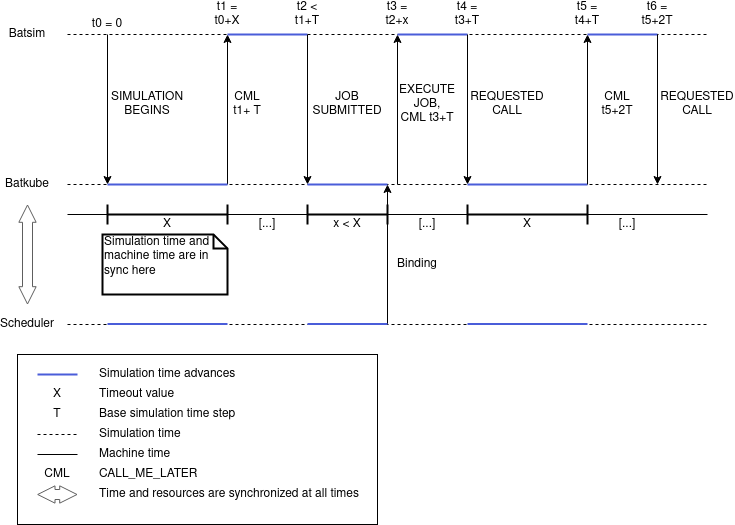
Above: imgs/lignes_de_temps.png in pedrovelho/master-memoir (draw.io), before the change. Source tidied: cells renumbered, new cells last; positions are measured from the earlier drawing's top-left corner, leaving out a move shared by most shapes. Its diagram source:
```xml
<mxGraphModel>
  <root>
    <mxCell id="0" />
    <mxCell id="1" parent="0" />
    <mxCell id="2" style="rounded=0;whiteSpace=wrap;html=1;strokeWidth=1;fontColor=#5E5E5E;" parent="1" vertex="1">
      <mxGeometry x="10" y="350" width="360" height="170" as="geometry" />
    </mxCell>
    <mxCell id="3" style="endArrow=none;dashed=1;html=1;" parent="1" edge="1">
      <mxGeometry relative="1" as="geometry">
        <mxPoint x="60" y="30" as="sourcePoint" />
        <mxPoint x="700" y="30" as="targetPoint" />
      </mxGeometry>
    </mxCell>
    <mxCell id="4" value="&lt;div&gt;Batsim&lt;/div&gt;" style="text;html=1;strokeColor=none;fillColor=none;align=center;verticalAlign=middle;whiteSpace=wrap;rounded=0;" parent="1" vertex="1">
      <mxGeometry y="20" width="40" height="20" as="geometry" />
    </mxCell>
    <mxCell id="5" style="endArrow=none;dashed=1;html=1;" parent="1" edge="1">
      <mxGeometry relative="1" as="geometry">
        <mxPoint x="60" y="180" as="sourcePoint" />
        <mxPoint x="700" y="180" as="targetPoint" />
      </mxGeometry>
    </mxCell>
    <mxCell id="6" value="&lt;div&gt;Batkube&lt;/div&gt;" style="text;html=1;strokeColor=none;fillColor=none;align=center;verticalAlign=middle;whiteSpace=wrap;rounded=0;" parent="1" vertex="1">
      <mxGeometry y="170" width="40" height="20" as="geometry" />
    </mxCell>
    <mxCell id="7" style="endArrow=none;dashed=1;html=1;" parent="1" edge="1">
      <mxGeometry relative="1" as="geometry">
        <mxPoint x="60" y="320" as="sourcePoint" />
        <mxPoint x="700" y="320" as="targetPoint" />
      </mxGeometry>
    </mxCell>
    <mxCell id="8" value="Scheduler" style="text;html=1;strokeColor=none;fillColor=none;align=center;verticalAlign=middle;whiteSpace=wrap;rounded=0;" parent="1" vertex="1">
      <mxGeometry y="310" width="40" height="20" as="geometry" />
    </mxCell>
    <mxCell id="9" style="endArrow=classic;html=1;" parent="1" edge="1">
      <mxGeometry relative="1" as="geometry">
        <mxPoint x="100" y="30" as="sourcePoint" />
        <mxPoint x="100" y="180" as="targetPoint" />
      </mxGeometry>
    </mxCell>
    <mxCell id="10" value="t0 = 0" style="text;html=1;strokeColor=none;fillColor=none;align=center;verticalAlign=middle;whiteSpace=wrap;rounded=0;" parent="1" vertex="1">
      <mxGeometry x="80" y="10" width="40" height="20" as="geometry" />
    </mxCell>
    <mxCell id="11" style="endArrow=classic;html=1;" parent="1" edge="1">
      <mxGeometry relative="1" as="geometry">
        <mxPoint x="220" y="180" as="sourcePoint" />
        <mxPoint x="220" y="30" as="targetPoint" />
      </mxGeometry>
    </mxCell>
    <mxCell id="12" value="&lt;div&gt;CML t1+ T&lt;/div&gt;" style="text;html=1;strokeColor=none;fillColor=none;align=center;verticalAlign=middle;whiteSpace=wrap;rounded=0;" parent="1" vertex="1">
      <mxGeometry x="220" y="90" width="40" height="20" as="geometry" />
    </mxCell>
    <mxCell id="13" style="endArrow=none;html=1;strokeWidth=2;strokeColor=#4A5DD9;endFill=0;" parent="1" edge="1">
      <mxGeometry relative="1" as="geometry">
        <mxPoint x="220" y="30" as="sourcePoint" />
        <mxPoint x="300" y="30" as="targetPoint" />
      </mxGeometry>
    </mxCell>
    <mxCell id="14" style="endArrow=classic;html=1;" parent="1" edge="1">
      <mxGeometry relative="1" as="geometry">
        <mxPoint x="300" y="30" as="sourcePoint" />
        <mxPoint x="300" y="180" as="targetPoint" />
      </mxGeometry>
    </mxCell>
    <mxCell id="15" value="t1 = t0+X " style="text;html=1;strokeColor=none;fillColor=none;align=center;verticalAlign=middle;whiteSpace=wrap;rounded=0;" parent="1" vertex="1">
      <mxGeometry x="200" width="40" height="20" as="geometry" />
    </mxCell>
    <mxCell id="16" value="t2 &amp;lt; t1+T" style="text;html=1;strokeColor=none;fillColor=none;align=center;verticalAlign=middle;whiteSpace=wrap;rounded=0;" parent="1" vertex="1">
      <mxGeometry x="280" width="40" height="20" as="geometry" />
    </mxCell>
    <mxCell id="17" value="JOB SUBMITTED" style="text;html=1;strokeColor=none;fillColor=none;align=center;verticalAlign=middle;whiteSpace=wrap;rounded=0;" parent="1" vertex="1">
      <mxGeometry x="320" y="90" width="40" height="20" as="geometry" />
    </mxCell>
    <mxCell id="18" style="endArrow=none;html=1;strokeWidth=2;fillColor=#dae8fc;strokeColor=#4A5DD9;endFill=0;startArrow=none;startFill=0;" parent="1" edge="1">
      <mxGeometry relative="1" as="geometry">
        <mxPoint x="100" y="180" as="sourcePoint" />
        <mxPoint x="220" y="180" as="targetPoint" />
      </mxGeometry>
    </mxCell>
    <mxCell id="19" style="endArrow=none;html=1;strokeWidth=2;strokeColor=#4A5DD9;endFill=0;" parent="1" edge="1">
      <mxGeometry relative="1" as="geometry">
        <mxPoint x="300" y="180" as="sourcePoint" />
        <mxPoint x="380" y="180" as="targetPoint" />
      </mxGeometry>
    </mxCell>
    <mxCell id="20" style="shape=crossbar;whiteSpace=wrap;html=1;rounded=1;strokeWidth=2;" parent="1" vertex="1">
      <mxGeometry x="100" y="200" width="120" height="20" as="geometry" />
    </mxCell>
    <mxCell id="21" value="X" style="text;html=1;strokeColor=none;fillColor=none;align=center;verticalAlign=middle;whiteSpace=wrap;rounded=0;" parent="1" vertex="1">
      <mxGeometry x="140" y="210" width="40" height="20" as="geometry" />
    </mxCell>
    <mxCell id="22" style="shape=crossbar;whiteSpace=wrap;html=1;rounded=1;strokeWidth=2;" parent="1" vertex="1">
      <mxGeometry x="300" y="200" width="80" height="20" as="geometry" />
    </mxCell>
    <mxCell id="23" value="x &amp;lt; X" style="text;html=1;strokeColor=none;fillColor=none;align=center;verticalAlign=middle;whiteSpace=wrap;rounded=0;" parent="1" vertex="1">
      <mxGeometry x="320" y="210" width="40" height="20" as="geometry" />
    </mxCell>
    <mxCell id="24" style="endArrow=classic;html=1;" parent="1" edge="1">
      <mxGeometry relative="1" as="geometry">
        <mxPoint x="390" y="180" as="sourcePoint" />
        <mxPoint x="390" y="30" as="targetPoint" />
      </mxGeometry>
    </mxCell>
    <mxCell id="25" value="t3 = t2+x" style="text;html=1;strokeColor=none;fillColor=none;align=center;verticalAlign=middle;whiteSpace=wrap;rounded=0;" parent="1" vertex="1">
      <mxGeometry x="370" width="40" height="20" as="geometry" />
    </mxCell>
    <mxCell id="26" value="[...]" style="text;html=1;strokeColor=none;fillColor=none;align=center;verticalAlign=middle;whiteSpace=wrap;rounded=0;" parent="1" vertex="1">
      <mxGeometry x="240" y="210" width="40" height="20" as="geometry" />
    </mxCell>
    <mxCell id="27" style="endArrow=classic;html=1;" parent="1" edge="1">
      <mxGeometry relative="1" as="geometry">
        <mxPoint x="380" y="320" as="sourcePoint" />
        <mxPoint x="380" y="180" as="targetPoint" />
      </mxGeometry>
    </mxCell>
    <mxCell id="28" value="Binding" style="text;html=1;strokeColor=none;fillColor=none;align=center;verticalAlign=middle;whiteSpace=wrap;rounded=0;" parent="1" vertex="1">
      <mxGeometry x="390" y="250" width="40" height="20" as="geometry" />
    </mxCell>
    <mxCell id="29" value="SIMULATION BEGINS" style="text;html=1;strokeColor=none;fillColor=none;align=center;verticalAlign=middle;whiteSpace=wrap;rounded=0;" parent="1" vertex="1">
      <mxGeometry x="120" y="90" width="40" height="20" as="geometry" />
    </mxCell>
    <mxCell id="30" value="&lt;div&gt;EXECUTE JOB,&lt;/div&gt;&lt;div&gt;CML t3+T&lt;br&gt;&lt;/div&gt;" style="text;html=1;strokeColor=none;fillColor=none;align=center;verticalAlign=middle;whiteSpace=wrap;rounded=0;" parent="1" vertex="1">
      <mxGeometry x="400" y="90" width="40" height="20" as="geometry" />
    </mxCell>
    <mxCell id="31" style="endArrow=none;html=1;strokeWidth=2;strokeColor=#4A5DD9;endFill=0;" parent="1" edge="1">
      <mxGeometry relative="1" as="geometry">
        <mxPoint x="390" y="30" as="sourcePoint" />
        <mxPoint x="460" y="30" as="targetPoint" />
      </mxGeometry>
    </mxCell>
    <mxCell id="32" value="t4 = t3+T" style="text;html=1;strokeColor=none;fillColor=none;align=center;verticalAlign=middle;whiteSpace=wrap;rounded=0;" parent="1" vertex="1">
      <mxGeometry x="440" width="40" height="20" as="geometry" />
    </mxCell>
    <mxCell id="33" style="endArrow=classic;html=1;" parent="1" edge="1">
      <mxGeometry relative="1" as="geometry">
        <mxPoint x="460" y="30" as="sourcePoint" />
        <mxPoint x="460" y="180" as="targetPoint" />
      </mxGeometry>
    </mxCell>
    <mxCell id="34" style="endArrow=none;html=1;strokeWidth=2;strokeColor=#4A5DD9;endFill=0;" parent="1" edge="1">
      <mxGeometry relative="1" as="geometry">
        <mxPoint x="460" y="180" as="sourcePoint" />
        <mxPoint x="580" y="180" as="targetPoint" />
      </mxGeometry>
    </mxCell>
    <mxCell id="35" style="shape=crossbar;whiteSpace=wrap;html=1;rounded=1;strokeWidth=2;" parent="1" vertex="1">
      <mxGeometry x="460" y="200" width="120" height="20" as="geometry" />
    </mxCell>
    <mxCell id="36" value="X" style="text;html=1;strokeColor=none;fillColor=none;align=center;verticalAlign=middle;whiteSpace=wrap;rounded=0;" parent="1" vertex="1">
      <mxGeometry x="500" y="210" width="40" height="20" as="geometry" />
    </mxCell>
    <mxCell id="37" style="endArrow=classic;html=1;" parent="1" edge="1">
      <mxGeometry relative="1" as="geometry">
        <mxPoint x="580" y="180" as="sourcePoint" />
        <mxPoint x="580" y="30" as="targetPoint" />
      </mxGeometry>
    </mxCell>
    <mxCell id="38" value="REQUESTED CALL" style="text;html=1;strokeColor=none;fillColor=none;align=center;verticalAlign=middle;whiteSpace=wrap;rounded=0;" parent="1" vertex="1">
      <mxGeometry x="480" y="90" width="40" height="20" as="geometry" />
    </mxCell>
    <mxCell id="39" value="CML t5+2T" style="text;html=1;strokeColor=none;fillColor=none;align=center;verticalAlign=middle;whiteSpace=wrap;rounded=0;" parent="1" vertex="1">
      <mxGeometry x="590" y="90" width="40" height="20" as="geometry" />
    </mxCell>
    <mxCell id="40" value="t5 = t4+T" style="text;html=1;strokeColor=none;fillColor=none;align=center;verticalAlign=middle;whiteSpace=wrap;rounded=0;" parent="1" vertex="1">
      <mxGeometry x="560" width="40" height="20" as="geometry" />
    </mxCell>
    <mxCell id="41" style="endArrow=none;html=1;strokeWidth=2;strokeColor=#4A5DD9;endFill=0;" parent="1" edge="1">
      <mxGeometry relative="1" as="geometry">
        <mxPoint x="580" y="30" as="sourcePoint" />
        <mxPoint x="650" y="30" as="targetPoint" />
      </mxGeometry>
    </mxCell>
    <mxCell id="42" style="endArrow=classic;html=1;" parent="1" edge="1">
      <mxGeometry relative="1" as="geometry">
        <mxPoint x="650" y="30" as="sourcePoint" />
        <mxPoint x="650" y="180" as="targetPoint" />
      </mxGeometry>
    </mxCell>
    <mxCell id="43" value="REQUESTED CALL" style="text;html=1;strokeColor=none;fillColor=none;align=center;verticalAlign=middle;whiteSpace=wrap;rounded=0;" parent="1" vertex="1">
      <mxGeometry x="670" y="90" width="40" height="20" as="geometry" />
    </mxCell>
    <mxCell id="44" value="t6 = t5+2T" style="text;html=1;strokeColor=none;fillColor=none;align=center;verticalAlign=middle;whiteSpace=wrap;rounded=0;" parent="1" vertex="1">
      <mxGeometry x="630" width="40" height="20" as="geometry" />
    </mxCell>
    <mxCell id="45" value="[...]" style="text;html=1;strokeColor=none;fillColor=none;align=center;verticalAlign=middle;whiteSpace=wrap;rounded=0;" parent="1" vertex="1">
      <mxGeometry x="400" y="210" width="40" height="20" as="geometry" />
    </mxCell>
    <mxCell id="46" value="[...]" style="text;html=1;strokeColor=none;fillColor=none;align=center;verticalAlign=middle;whiteSpace=wrap;rounded=0;" parent="1" vertex="1">
      <mxGeometry x="600" y="210" width="40" height="20" as="geometry" />
    </mxCell>
    <mxCell id="47" value="Simulation time and machine time are in sync here" style="shape=note;whiteSpace=wrap;html=1;size=14;verticalAlign=top;align=left;spacingTop=-6;strokeColor=#000000;strokeWidth=2;" parent="1" vertex="1">
      <mxGeometry x="95" y="230" width="125" height="60" as="geometry" />
    </mxCell>
    <mxCell id="48" value="Time and resources are synchronized at all times" style="text;html=1;strokeColor=none;fillColor=none;align=left;verticalAlign=middle;whiteSpace=wrap;rounded=0;" parent="1" vertex="1">
      <mxGeometry x="90" y="480" width="275" height="20" as="geometry" />
    </mxCell>
    <mxCell id="49" style="endArrow=none;html=1;strokeWidth=2;fillColor=#dae8fc;strokeColor=#4A5DD9;endFill=0;" parent="1" edge="1">
      <mxGeometry relative="1" as="geometry">
        <mxPoint x="30" y="370" as="sourcePoint" />
        <mxPoint x="70" y="370" as="targetPoint" />
      </mxGeometry>
    </mxCell>
    <mxCell id="50" value="Simulation time advances" style="text;html=1;strokeColor=none;fillColor=none;align=left;verticalAlign=middle;whiteSpace=wrap;rounded=0;" parent="1" vertex="1">
      <mxGeometry x="90" y="360" width="160" height="20" as="geometry" />
    </mxCell>
    <mxCell id="51" value="X" style="text;html=1;strokeColor=none;fillColor=none;align=center;verticalAlign=middle;whiteSpace=wrap;rounded=0;fontColor=#000000;" parent="1" vertex="1">
      <mxGeometry x="30" y="380" width="40" height="20" as="geometry" />
    </mxCell>
    <mxCell id="52" value="Timeout value" style="text;html=1;strokeColor=none;fillColor=none;align=left;verticalAlign=middle;whiteSpace=wrap;rounded=0;fontColor=#000000;" parent="1" vertex="1">
      <mxGeometry x="90" y="380" width="130" height="20" as="geometry" />
    </mxCell>
    <mxCell id="53" value="T" style="text;html=1;strokeColor=none;fillColor=none;align=center;verticalAlign=middle;whiteSpace=wrap;rounded=0;fontColor=#000000;" parent="1" vertex="1">
      <mxGeometry x="30" y="400" width="40" height="20" as="geometry" />
    </mxCell>
    <mxCell id="54" value="Base simulation time step" style="text;html=1;strokeColor=none;fillColor=none;align=left;verticalAlign=middle;whiteSpace=wrap;rounded=0;fontColor=#000000;" parent="1" vertex="1">
      <mxGeometry x="90" y="400" width="160" height="20" as="geometry" />
    </mxCell>
    <mxCell id="55" style="endArrow=none;html=1;strokeColor=#000000;strokeWidth=1;fontColor=#000000;" parent="1" edge="1">
      <mxGeometry relative="1" as="geometry">
        <mxPoint x="60" y="210" as="sourcePoint" />
        <mxPoint x="700" y="210" as="targetPoint" />
      </mxGeometry>
    </mxCell>
    <mxCell id="56" style="endArrow=none;dashed=1;html=1;strokeColor=#000000;strokeWidth=1;fontColor=#000000;" parent="1" edge="1">
      <mxGeometry relative="1" as="geometry">
        <mxPoint x="30" y="430" as="sourcePoint" />
        <mxPoint x="70" y="430" as="targetPoint" />
      </mxGeometry>
    </mxCell>
    <mxCell id="57" value="&lt;div&gt;Simulation time&lt;br&gt;&lt;/div&gt;" style="text;html=1;strokeColor=none;fillColor=none;align=left;verticalAlign=middle;whiteSpace=wrap;rounded=0;fontColor=#000000;" parent="1" vertex="1">
      <mxGeometry x="90" y="420" width="140" height="20" as="geometry" />
    </mxCell>
    <mxCell id="58" style="endArrow=none;html=1;strokeColor=#000000;strokeWidth=1;fontColor=#000000;" parent="1" edge="1">
      <mxGeometry relative="1" as="geometry">
        <mxPoint x="30" y="450" as="sourcePoint" />
        <mxPoint x="70" y="450" as="targetPoint" />
      </mxGeometry>
    </mxCell>
    <mxCell id="59" value="Machine time" style="text;html=1;strokeColor=none;fillColor=none;align=left;verticalAlign=middle;whiteSpace=wrap;rounded=0;fontColor=#000000;" parent="1" vertex="1">
      <mxGeometry x="90" y="440" width="120" height="20" as="geometry" />
    </mxCell>
    <mxCell id="60" style="endArrow=none;html=1;strokeWidth=2;fillColor=#dae8fc;strokeColor=#4A5DD9;endFill=0;" parent="1" edge="1">
      <mxGeometry relative="1" as="geometry">
        <mxPoint x="100" y="319.6" as="sourcePoint" />
        <mxPoint x="220" y="319.6" as="targetPoint" />
      </mxGeometry>
    </mxCell>
    <mxCell id="61" style="endArrow=none;html=1;strokeWidth=2;strokeColor=#4A5DD9;endFill=0;" parent="1" edge="1">
      <mxGeometry relative="1" as="geometry">
        <mxPoint x="300" y="319.6" as="sourcePoint" />
        <mxPoint x="380" y="319.6" as="targetPoint" />
      </mxGeometry>
    </mxCell>
    <mxCell id="62" style="endArrow=none;html=1;strokeWidth=2;strokeColor=#4A5DD9;endFill=0;" parent="1" edge="1">
      <mxGeometry relative="1" as="geometry">
        <mxPoint x="460" y="319.6" as="sourcePoint" />
        <mxPoint x="580" y="319.6" as="targetPoint" />
      </mxGeometry>
    </mxCell>
    <mxCell id="63" style="endArrow=classic;startArrow=classic;html=1;strokeWidth=1;fontColor=#5E5E5E;strokeColor=#5E5E5E;shape=flexArrow;endWidth=6.290322580645161;endSize=5.430645161290323;startWidth=6.290322580645161;startSize=5.430645161290323;" parent="1" edge="1">
      <mxGeometry relative="1" as="geometry">
        <mxPoint x="20" y="300" as="sourcePoint" />
        <mxPoint x="20" y="200" as="targetPoint" />
      </mxGeometry>
    </mxCell>
    <mxCell id="64" value="CML" style="text;html=1;strokeColor=none;fillColor=none;align=center;verticalAlign=middle;whiteSpace=wrap;rounded=0;" parent="1" vertex="1">
      <mxGeometry x="30" y="460" width="40" height="20" as="geometry" />
    </mxCell>
    <mxCell id="65" value="CALL_ME_LATER" style="text;html=1;strokeColor=none;fillColor=none;align=left;verticalAlign=middle;whiteSpace=wrap;rounded=0;fontColor=#000000;" parent="1" vertex="1">
      <mxGeometry x="90" y="460" width="160" height="20" as="geometry" />
    </mxCell>
    <mxCell id="66" style="endArrow=classic;startArrow=classic;html=1;strokeWidth=1;fontColor=#5E5E5E;strokeColor=#5E5E5E;shape=flexArrow;endWidth=6.290322580645161;endSize=5.430645161290323;startWidth=6.290322580645161;startSize=5.430645161290323;" parent="1" edge="1">
      <mxGeometry relative="1" as="geometry">
        <mxPoint x="29.7" y="490" as="sourcePoint" />
        <mxPoint x="70" y="490" as="targetPoint" />
      </mxGeometry>
    </mxCell>
  </root>
</mxGraphModel>
```
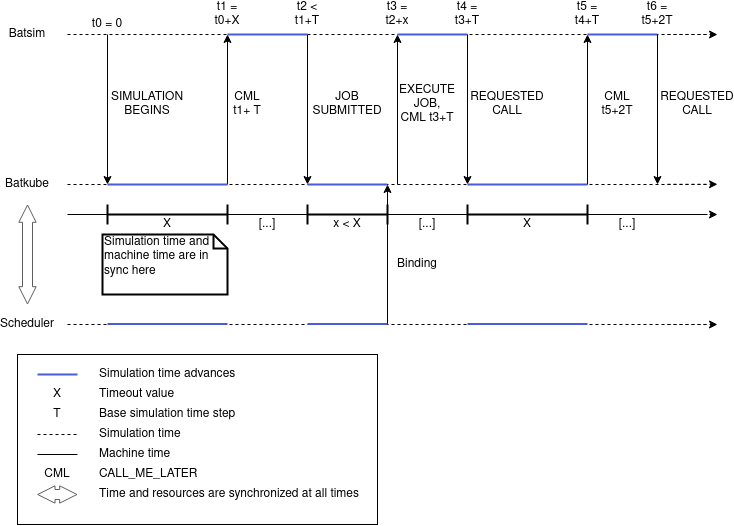
Above is the later version.

What changed in the source:
```diff
@@ -275,5 +275,29 @@
         <mxPoint x="70" y="490" as="targetPoint" />
       </mxGeometry>
     </mxCell>
+    <mxCell id="67" style="endArrow=classic;html=1;dashed=1;" parent="1" edge="1">
+      <mxGeometry relative="1" as="geometry">
+        <mxPoint x="660" y="30" as="sourcePoint" />
+        <mxPoint x="710" y="30" as="targetPoint" />
+      </mxGeometry>
+    </mxCell>
+    <mxCell id="68" style="endArrow=classic;html=1;dashed=1;" parent="1" edge="1">
+      <mxGeometry relative="1" as="geometry">
+        <mxPoint x="660" y="320" as="sourcePoint" />
+        <mxPoint x="710" y="320" as="targetPoint" />
+      </mxGeometry>
+    </mxCell>
+    <mxCell id="69" style="endArrow=classic;html=1;dashed=1;" parent="1" edge="1">
+      <mxGeometry relative="1" as="geometry">
+        <mxPoint x="660" y="179.8" as="sourcePoint" />
+        <mxPoint x="710" y="179.8" as="targetPoint" />
+      </mxGeometry>
+    </mxCell>
+    <mxCell id="70" style="endArrow=classic;html=1;dashed=1;" parent="1" edge="1">
+      <mxGeometry relative="1" as="geometry">
+        <mxPoint x="660" y="210" as="sourcePoint" />
+        <mxPoint x="710" y="210" as="targetPoint" />
+      </mxGeometry>
+    </mxCell>
   </root>
 </mxGraphModel>
```
